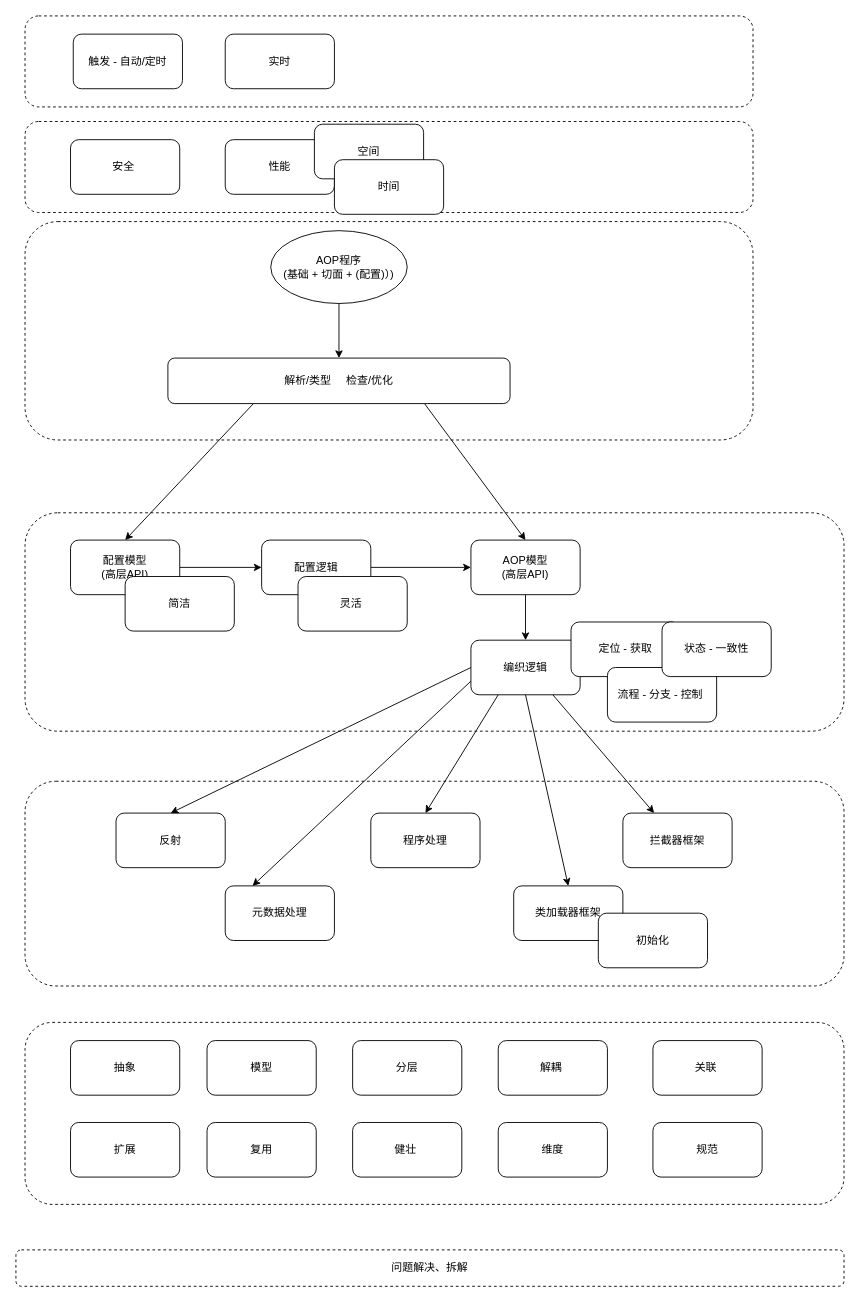
Earlier version of the draw.io diagram menus/zujianmoxing.drawio (Asamiyaa/microservice-k8s-yun). Source tidied: cells renumbered, new cells numbered last; positions are measured from the earlier drawing's top-left corner, leaving out a move shared by most shapes. Both pictures are drawn from the tidied source at 91%, with x=0, y=0 at pixel (15, 15).
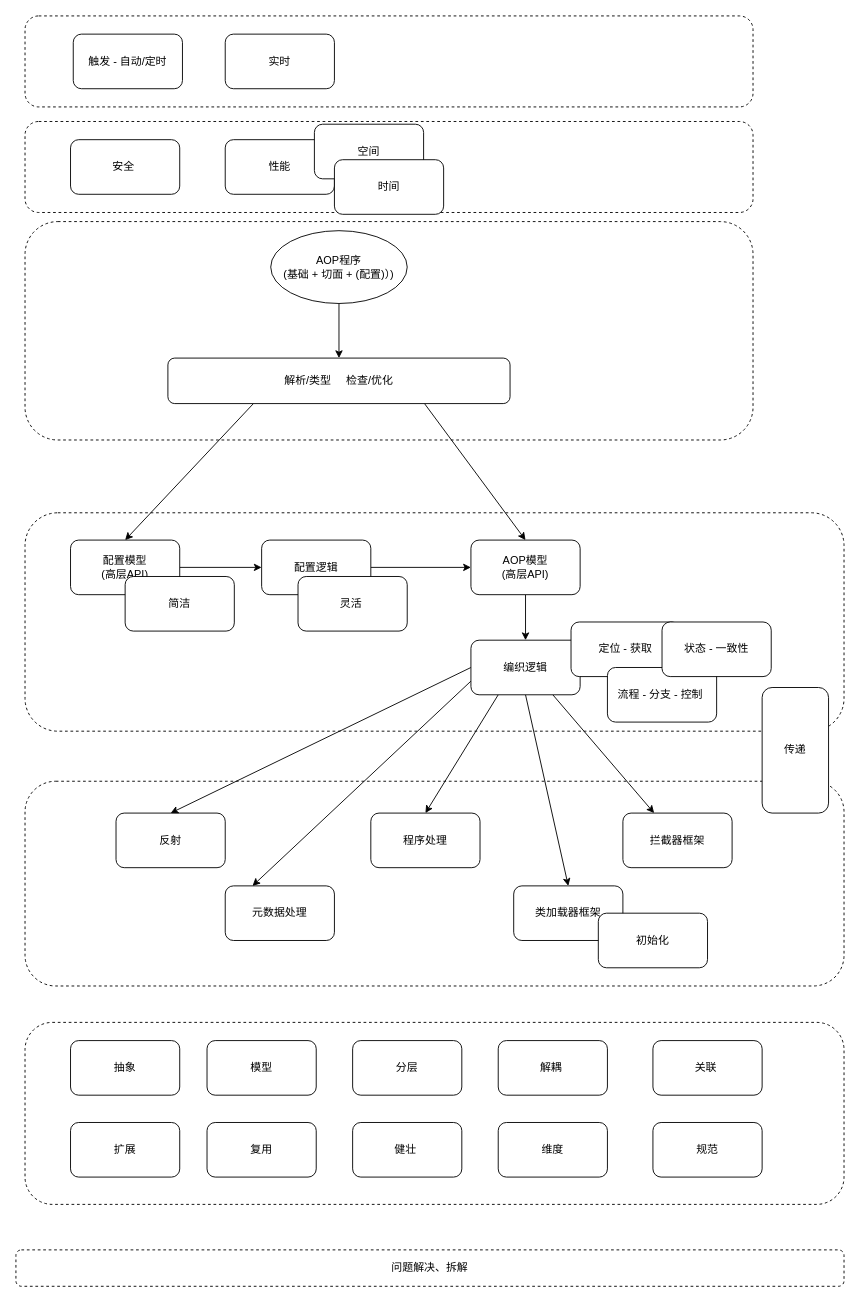
The same page after the edit.

What changed in the source:
```diff
@@
+    <mxCell id="53" value="传递" style="rounded=1;whiteSpace=wrap;html=1;" parent="1" vertex="1">
+      <mxGeometry x="820" y="738" width="73" height="138" as="geometry" />
+    </mxCell>
```
